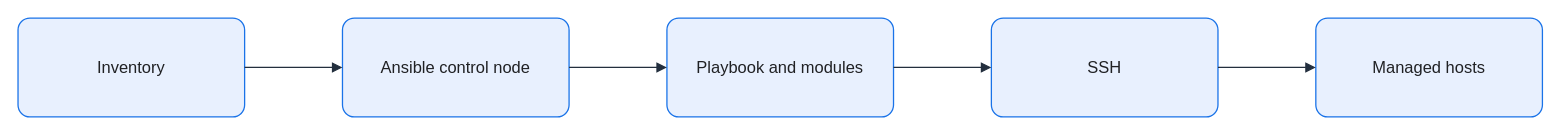
Before: assets/img/iac/ansible-control-flow.drawio in KKamJi98/kkamji98.github.io, a draw.io diagram. Source tidied: cells renumbered, new cells numbered last; positions are measured from the earlier drawing's top-left corner, leaving out a move shared by most shapes. Both pictures are drawn from the tidied source at 103%, with x=0, y=0 at pixel (18, 18).
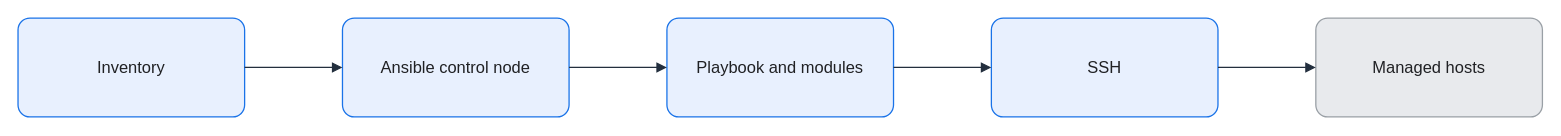
The same diagram, later.

Diff of the diagram source:
```diff
@@
 <mxGraphModel background="#FFFFFF">
   <root>
     <mxCell id="0" />
     <mxCell id="1" parent="0" />
     <mxCell id="2" value="Inventory" style="rounded=1;arcSize=12;whiteSpace=wrap;html=0;fillColor=#E8F0FE;strokeColor=#1A73E8;strokeWidth=1.25;fontColor=#202124;fontSize=16;align=center;verticalAlign=middle;spacing=8;shadow=0;" parent="1" vertex="1">
       <mxGeometry width="220" height="96" as="geometry" />
     </mxCell>
     <mxCell id="3" value="Ansible control node" style="rounded=1;arcSize=12;whiteSpace=wrap;html=0;fillColor=#E8F0FE;strokeColor=#1A73E8;strokeWidth=1.25;fontColor=#202124;fontSize=16;align=center;verticalAlign=middle;spacing=8;shadow=0;" parent="1" vertex="1">
       <mxGeometry x="315" width="220" height="96" as="geometry" />
     </mxCell>
     <mxCell id="4" value="Playbook and modules" style="rounded=1;arcSize=12;whiteSpace=wrap;html=0;fillColor=#E8F0FE;strokeColor=#1A73E8;strokeWidth=1.25;fontColor=#202124;fontSize=16;align=center;verticalAlign=middle;spacing=8;shadow=0;" parent="1" vertex="1">
       <mxGeometry x="630" width="220" height="96" as="geometry" />
     </mxCell>
     <mxCell id="5" value="SSH" style="rounded=1;arcSize=12;whiteSpace=wrap;html=0;fillColor=#E8F0FE;strokeColor=#1A73E8;strokeWidth=1.25;fontColor=#202124;fontSize=16;align=center;verticalAlign=middle;spacing=8;shadow=0;" parent="1" vertex="1">
       <mxGeometry x="945" width="220" height="96" as="geometry" />
     </mxCell>
-    <mxCell id="6" value="Managed hosts" style="rounded=1;arcSize=12;whiteSpace=wrap;html=0;fillColor=#E8F0FE;strokeColor=#1A73E8;strokeWidth=1.25;fontColor=#202124;fontSize=16;align=center;verticalAlign=middle;spacing=8;shadow=0;" parent="1" vertex="1">
+    <mxCell id="6" value="Managed hosts" style="rounded=1;arcSize=12;whiteSpace=wrap;html=0;fillColor=#E8EAED;strokeColor=#9AA0A6;strokeWidth=1.25;fontColor=#202124;fontSize=16;align=center;verticalAlign=middle;spacing=8;shadow=0;" parent="1" vertex="1">
       <mxGeometry x="1260" width="220" height="96" as="geometry" />
     </mxCell>
     <mxCell id="7" style="edgeStyle=orthogonalEdgeStyle;rounded=0;jettySize=auto;html=0;endArrow=block;endFill=1;strokeColor=#232F3E;strokeWidth=1.25;fontColor=#202124;labelBackgroundColor=none;exitX=1;exitY=0.5;exitDx=0;exitDy=0;entryX=0;entryY=0.5;entryDx=0;entryDy=0;endSize=7;" parent="1" edge="1" source="2" target="3">
       <mxGeometry relative="1" as="geometry" />
     </mxCell>
     <mxCell id="8" style="edgeStyle=orthogonalEdgeStyle;rounded=0;jettySize=auto;html=0;endArrow=block;endFill=1;strokeColor=#232F3E;strokeWidth=1.25;fontColor=#202124;labelBackgroundColor=none;exitX=1;exitY=0.5;exitDx=0;exitDy=0;entryX=0;entryY=0.5;entryDx=0;entryDy=0;endSize=7;" parent="1" edge="1" source="3" target="4">
       <mxGeometry relative="1" as="geometry" />
     </mxCell>
     <mxCell id="9" style="edgeStyle=orthogonalEdgeStyle;rounded=0;jettySize=auto;html=0;endArrow=block;endFill=1;strokeColor=#232F3E;strokeWidth=1.25;fontColor=#202124;labelBackgroundColor=none;exitX=1;exitY=0.5;exitDx=0;exitDy=0;entryX=0;entryY=0.5;entryDx=0;entryDy=0;endSize=7;" parent="1" edge="1" source="4" target="5">
       <mxGeometry relative="1" as="geometry" />
     </mxCell>
     <mxCell id="10" style="edgeStyle=orthogonalEdgeStyle;rounded=0;jettySize=auto;html=0;endArrow=block;endFill=1;strokeColor=#232F3E;strokeWidth=1.25;fontColor=#202124;labelBackgroundColor=none;exitX=1;exitY=0.5;exitDx=0;exitDy=0;entryX=0;entryY=0.5;entryDx=0;entryDy=0;endSize=7;" parent="1" edge="1" source="5" target="6">
       <mxGeometry relative="1" as="geometry" />
     </mxCell>
   </root>
 </mxGraphModel>
```
